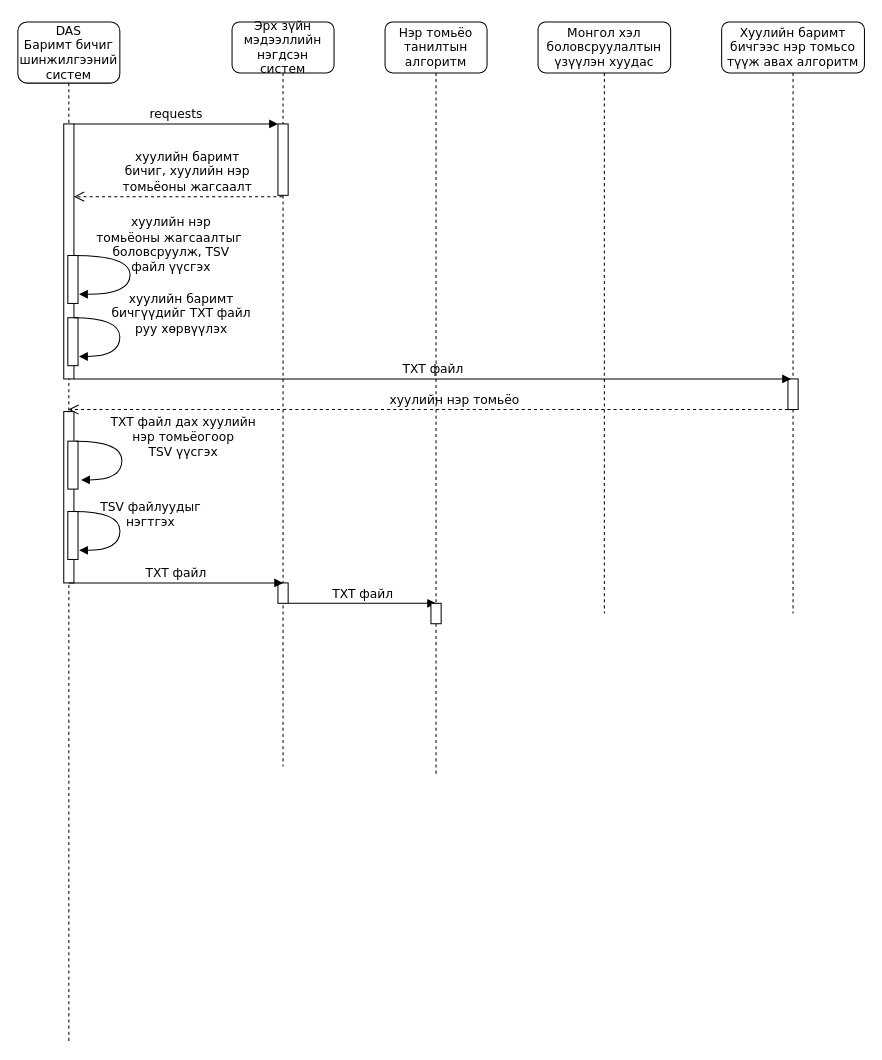
This is page "Page-1" (1 of 2) of sequence/seq-diagram.drawio from Bagabandi152/diagrams.net, a draw.io file, before an edit. Source tidied: cells renumbered, new cells numbered last; positions are measured from the earlier drawing's top-left corner, leaving out a move shared by most shapes. Both pictures are drawn from the tidied source at 102%, with x=0, y=0 at pixel (17, 21).
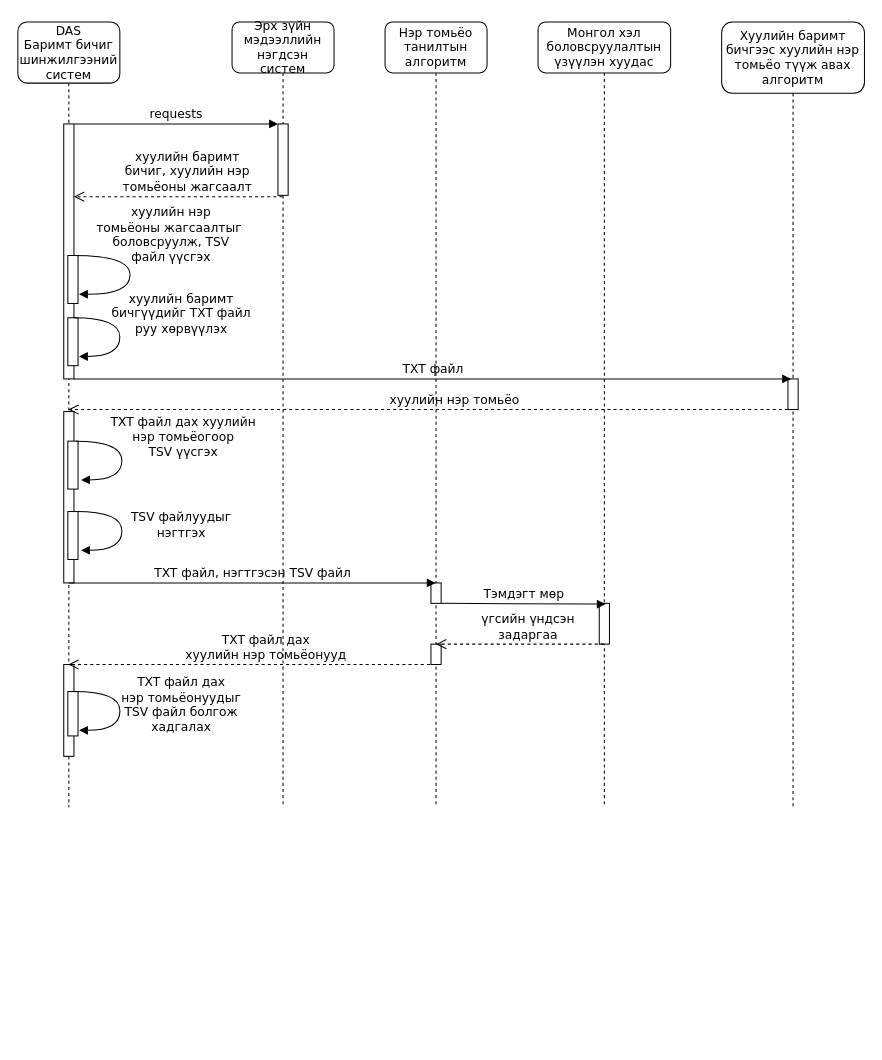
After the change.

Change to the diagram source:
```diff
@@
     <mxCell id="2" value="Эрх зүйн мэдээллийн нэгдсэн систем" style="shape=umlLifeline;perimeter=lifelinePerimeter;whiteSpace=wrap;html=1;outlineConnect=0;rounded=1;shadow=0;comic=0;labelBackgroundColor=none;strokeWidth=1;fontFamily=Verdana;fontSize=12;align=center;size=50;" parent="1" vertex="1">
-      <mxGeometry x="210" width="100" height="730" as="geometry" />
+      <mxGeometry x="210" width="100" height="770" as="geometry" />
     </mxCell>
@@
+    <mxCell id="5" value="Нэр томьёо танилтын алгоритм" style="shape=umlLifeline;perimeter=lifelinePerimeter;whiteSpace=wrap;html=1;outlineConnect=0;rounded=1;shadow=0;comic=0;labelBackgroundColor=none;strokeWidth=1;fontFamily=Verdana;fontSize=12;align=center;size=50;" parent="1" vertex="1">
+      <mxGeometry x="360" width="100" height="770" as="geometry" />
+    </mxCell>
-    <mxCell id="4" style="html=1;perimeter=orthogonalPerimeter;rounded=0;shadow=0;comic=0;labelBackgroundColor=none;strokeWidth=1;fontFamily=Verdana;fontSize=12;align=center;" parent="2" vertex="1">
+    <mxCell id="4" style="html=1;perimeter=orthogonalPerimeter;rounded=0;shadow=0;comic=0;labelBackgroundColor=none;strokeWidth=1;fontFamily=Verdana;fontSize=12;align=center;" parent="5" vertex="1">
       <mxGeometry x="45" y="550" width="10" height="20" as="geometry" />
     </mxCell>
-    <mxCell id="5" value="Нэр томьёо танилтын алгоритм" style="shape=umlLifeline;perimeter=lifelinePerimeter;whiteSpace=wrap;html=1;outlineConnect=0;rounded=1;shadow=0;comic=0;labelBackgroundColor=none;strokeWidth=1;fontFamily=Verdana;fontSize=12;align=center;size=50;" parent="1" vertex="1">
-      <mxGeometry x="360" width="100" height="740" as="geometry" />
-    </mxCell>
+    <mxCell id="27" style="html=1;perimeter=orthogonalPerimeter;rounded=0;shadow=0;comic=0;labelBackgroundColor=none;strokeWidth=1;fontFamily=Verdana;fontSize=12;align=center;" parent="5" vertex="1">
+      <mxGeometry x="45" y="610" width="10" height="20" as="geometry" />
+    </mxCell>
+    <mxCell id="8" value="Монгол хэл боловсруулалтын&lt;br&gt;үзүүлэн хуудас" style="shape=umlLifeline;perimeter=lifelinePerimeter;whiteSpace=wrap;html=1;outlineConnect=0;rounded=1;shadow=0;comic=0;labelBackgroundColor=none;strokeWidth=1;fontFamily=Verdana;fontSize=12;align=center;size=50;" parent="1" vertex="1">
+      <mxGeometry x="510" width="130" height="770" as="geometry" />
+    </mxCell>
+    <mxCell id="7" style="html=1;points=[];perimeter=orthogonalPerimeter;rounded=0;shadow=0;comic=0;labelBackgroundColor=none;strokeWidth=1;fontFamily=Verdana;fontSize=12;align=center;" parent="8" vertex="1">
+      <mxGeometry x="60" y="570" width="10" height="40" as="geometry" />
+    </mxCell>
-    <mxCell id="6" value="TXT файл" style="html=1;verticalAlign=bottom;endArrow=block;labelBackgroundColor=none;fontFamily=Verdana;fontSize=12;" parent="5" edge="1">
+    <mxCell id="6" value="Тэмдэгт мөр" style="html=1;verticalAlign=bottom;endArrow=block;labelBackgroundColor=none;fontFamily=Verdana;fontSize=12;entryX=0.626;entryY=0.02;entryDx=0;entryDy=0;entryPerimeter=0;" parent="8" edge="1" target="7">
       <mxGeometry relative="1" as="geometry">
         <mxPoint x="-95" y="570" as="sourcePoint" />
-        <mxPoint x="50" y="570" as="targetPoint" />
       </mxGeometry>
     </mxCell>
-    <mxCell id="7" style="html=1;points=[];perimeter=orthogonalPerimeter;rounded=0;shadow=0;comic=0;labelBackgroundColor=none;strokeWidth=1;fontFamily=Verdana;fontSize=12;align=center;" parent="5" vertex="1">
-      <mxGeometry x="45" y="570" width="10" height="20" as="geometry" />
-    </mxCell>
-    <mxCell id="8" value="Монгол хэл боловсруулалтын&lt;br&gt;үзүүлэн хуудас" style="shape=umlLifeline;perimeter=lifelinePerimeter;whiteSpace=wrap;html=1;outlineConnect=0;rounded=1;shadow=0;comic=0;labelBackgroundColor=none;strokeWidth=1;fontFamily=Verdana;fontSize=12;align=center;size=50;" parent="1" vertex="1">
-      <mxGeometry x="510" width="130" height="580" as="geometry" />
-    </mxCell>
+    <mxCell id="28" value="үгсийн үндсэн &lt;br&gt;задаргаа" style="html=1;verticalAlign=bottom;endArrow=open;dashed=1;endSize=8;labelBackgroundColor=none;fontFamily=Verdana;fontSize=12;edgeStyle=elbowEdgeStyle;elbow=vertical;" parent="8" edge="1" source="8">
+      <mxGeometry x="-0.07" relative="1" as="geometry">
+        <mxPoint x="-100" y="610" as="targetPoint" />
+        <mxPoint x="1" as="offset" />
+      </mxGeometry>
+    </mxCell>
-    <mxCell id="9" value="Хуулийн баримт бичгээс нэр томьсо түүж авах алгоритм" style="shape=umlLifeline;perimeter=lifelinePerimeter;whiteSpace=wrap;html=1;rounded=1;shadow=0;comic=0;labelBackgroundColor=none;strokeWidth=1;fontFamily=Verdana;fontSize=12;align=center;size=50;" parent="1" vertex="1">
-      <mxGeometry x="690" width="140" height="580" as="geometry" />
+    <mxCell id="9" value="Хуулийн баримт бичгээс хуулийн нэр томьёо түүж авах алгоритм" style="shape=umlLifeline;perimeter=lifelinePerimeter;whiteSpace=wrap;html=1;rounded=1;shadow=0;comic=0;labelBackgroundColor=none;strokeWidth=1;fontFamily=Verdana;fontSize=12;align=center;size=70;" parent="1" vertex="1">
+      <mxGeometry x="690" width="140" height="770" as="geometry" />
     </mxCell>
@@
     <mxCell id="12" value="DAS&lt;br&gt;Баримт бичиг шинжилгээний&lt;br&gt;систем" style="shape=umlLifeline;perimeter=lifelinePerimeter;whiteSpace=wrap;html=1;outlineConnect=0;rounded=1;shadow=0;comic=0;labelBackgroundColor=none;strokeWidth=1;fontFamily=Verdana;fontSize=12;align=center;size=60;" parent="1" vertex="1">
-      <mxGeometry width="100" height="1000" as="geometry" />
+      <mxGeometry width="100" height="770" as="geometry" />
     </mxCell>
@@
     <mxCell id="16" value="хуулийн нэр &lt;br&gt;томьёоны жагсаалтыг&amp;nbsp;&lt;br&gt;боловсруулж, TSV&lt;br&gt;файл үүсгэх" style="html=1;verticalAlign=bottom;endArrow=block;labelBackgroundColor=none;fontFamily=Verdana;fontSize=12;elbow=vertical;edgeStyle=orthogonalEdgeStyle;curved=1;entryX=1;entryY=0.286;entryPerimeter=0;exitX=1.038;exitY=0.345;exitPerimeter=0;" parent="12" edge="1">
-      <mxGeometry x="0.06" y="40" relative="1" as="geometry">
+      <mxGeometry x="-0.08" y="40" relative="1" as="geometry">
         <mxPoint x="55" y="229" as="sourcePoint" />
         <mxPoint x="60" y="267" as="targetPoint" />
         <Array as="points">
           <mxPoint x="110" y="229" />
           <mxPoint x="110" y="267" />
         </Array>
       </mxGeometry>
     </mxCell>
@@
+    <mxCell id="29" style="html=1;perimeter=orthogonalPerimeter;rounded=0;shadow=0;comic=0;labelBackgroundColor=none;strokeWidth=1;fontFamily=Verdana;fontSize=12;align=center;" parent="12" vertex="1">
+      <mxGeometry x="45" y="630" width="10" height="90" as="geometry" />
+    </mxCell>
     <mxCell id="22" style="html=1;perimeter=orthogonalPerimeter;rounded=0;shadow=0;comic=0;labelBackgroundColor=none;strokeWidth=1;fontFamily=Verdana;fontSize=12;align=center;" parent="12" vertex="1">
-      <mxGeometry x="49" y="480" width="10" height="47" as="geometry" />
+      <mxGeometry x="49" y="656.5" width="10" height="43.5" as="geometry" />
     </mxCell>
-    <mxCell id="23" value="TSV файлуудыг&lt;br&gt;нэгтгэх" style="html=1;verticalAlign=bottom;endArrow=block;labelBackgroundColor=none;fontFamily=Verdana;fontSize=12;elbow=vertical;edgeStyle=orthogonalEdgeStyle;curved=1;entryX=1;entryY=0.286;entryPerimeter=0;exitX=1.038;exitY=0.345;exitPerimeter=0;" parent="12" edge="1">
-      <mxGeometry x="0.06" y="30" relative="1" as="geometry">
-        <mxPoint x="55.1" y="480" as="sourcePoint" />
-        <mxPoint x="60.1" y="518" as="targetPoint" />
+    <mxCell id="23" value="TXT файл дах &lt;br&gt;нэр томьёонуудыг &lt;br&gt;TSV файл болгож&lt;br&gt;хадгалах" style="html=1;verticalAlign=bottom;endArrow=block;labelBackgroundColor=none;fontFamily=Verdana;fontSize=12;elbow=vertical;edgeStyle=orthogonalEdgeStyle;curved=1;entryX=1;entryY=0.286;entryPerimeter=0;exitX=1.038;exitY=0.345;exitPerimeter=0;" parent="12" edge="1">
+      <mxGeometry x="0.35" y="60" relative="1" as="geometry">
+        <mxPoint x="55.1" y="656.5" as="sourcePoint" />
+        <mxPoint x="60.1" y="694.5" as="targetPoint" />
         <Array as="points">
-          <mxPoint x="100.1" y="480" />
-          <mxPoint x="100.1" y="518" />
+          <mxPoint x="100.1" y="656.5" />
+          <mxPoint x="100.1" y="694.5" />
         </Array>
+        <mxPoint x="60" y="-54" as="offset" />
       </mxGeometry>
     </mxCell>
+    <mxCell id="30" style="html=1;perimeter=orthogonalPerimeter;rounded=0;shadow=0;comic=0;labelBackgroundColor=none;strokeWidth=1;fontFamily=Verdana;fontSize=12;align=center;" parent="12" vertex="1">
+      <mxGeometry x="49" y="480" width="10" height="47" as="geometry" />
+    </mxCell>
+    <mxCell id="31" value="TSV файлуудыг&lt;br&gt;нэгтгэх" style="html=1;verticalAlign=bottom;endArrow=block;labelBackgroundColor=none;fontFamily=Verdana;fontSize=12;elbow=vertical;edgeStyle=orthogonalEdgeStyle;curved=1;entryX=1;entryY=0.286;entryPerimeter=0;exitX=1.038;exitY=0.345;exitPerimeter=0;" parent="12" edge="1">
+      <mxGeometry x="0.22" y="58" relative="1" as="geometry">
+        <mxPoint x="57" y="480" as="sourcePoint" />
+        <mxPoint x="62" y="518" as="targetPoint" />
+        <Array as="points">
+          <mxPoint x="102" y="480" />
+          <mxPoint x="102" y="518" />
+        </Array>
+      </mxGeometry>
+    </mxCell>
@@
-    <mxCell id="26" value="TXT файл" style="html=1;verticalAlign=bottom;endArrow=block;labelBackgroundColor=none;fontFamily=Verdana;fontSize=12;" parent="1" edge="1">
+    <mxCell id="26" value="TXT файл, нэгтгэсэн TSV файл" style="html=1;verticalAlign=bottom;endArrow=block;labelBackgroundColor=none;fontFamily=Verdana;fontSize=12;" parent="1" edge="1" target="5">
       <mxGeometry relative="1" as="geometry">
         <mxPoint x="50" y="550" as="sourcePoint" />
-        <mxPoint x="260" y="550" as="targetPoint" />
       </mxGeometry>
     </mxCell>
+    <mxCell id="32" value="TXT файл дах &lt;br&gt;хуулийн нэр томьёонууд" style="html=1;verticalAlign=bottom;endArrow=open;dashed=1;endSize=8;labelBackgroundColor=none;fontFamily=Verdana;fontSize=12;edgeStyle=elbowEdgeStyle;elbow=vertical;" parent="1" edge="1" target="12">
+      <mxGeometry x="-0.07" relative="1" as="geometry">
+        <mxPoint x="410" y="630" as="sourcePoint" />
+        <mxPoint x="1" as="offset" />
+      </mxGeometry>
+    </mxCell>
```
